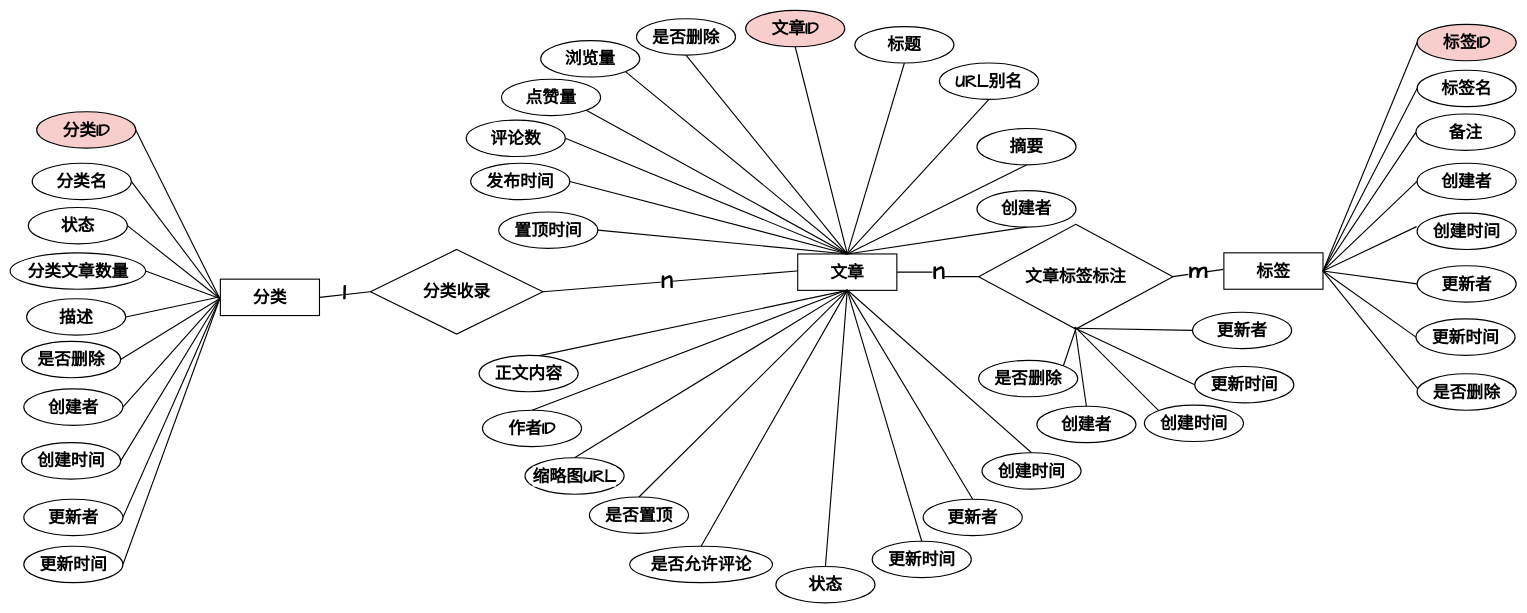
Before: graph/分类ER.drawio in zhangbird050801/bird-blog, a draw.io diagram. Source tidied: cells renumbered, new cells numbered last; positions are measured from the earlier drawing's top-left corner, leaving out a move shared by most shapes. Both pictures are drawn from the tidied source at 56%, with x=0, y=0 at pixel (10, 10).
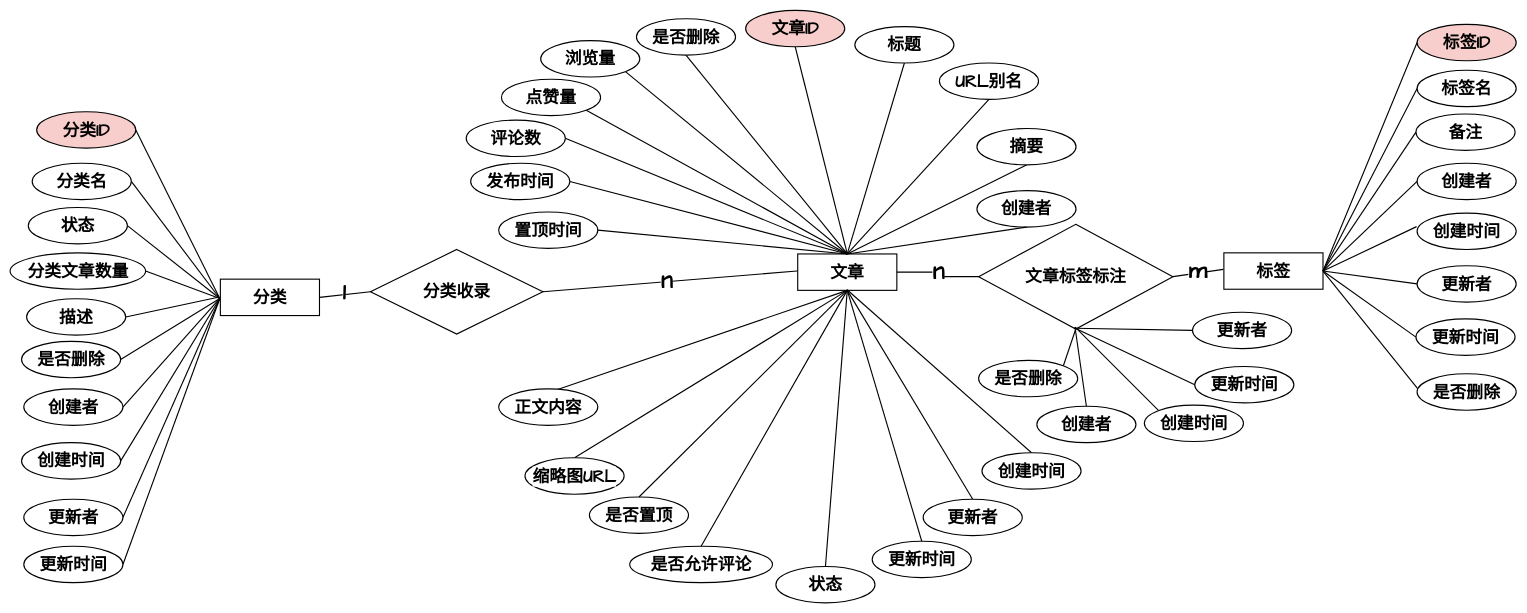
The same diagram, later.

Unchanged cells that the change refers to:
```xml
<mxCell id="28" value="文章" style="rounded=0;whiteSpace=wrap;html=1;fontSize=30;fontFamily=Comic Sans MS;fontStyle=1;strokeColor=default;strokeWidth=2;align=center;verticalAlign=middle;fontColor=default;labelBackgroundColor=default;" parent="1" vertex="1">
  <mxGeometry x="1407" y="435" width="177" height="65" as="geometry" />
</mxCell>
```

Change to the diagram source:
```diff
@@
     <mxCell id="43" value="正文内容" style="whiteSpace=wrap;html=1;shape=ellipse;perimeter=ellipsePerimeter;fontSize=30;fontFamily=Comic Sans MS;fontStyle=1;rounded=0;strokeColor=default;strokeWidth=2;align=center;verticalAlign=middle;fontColor=default;labelBackgroundColor=default;" parent="1" vertex="1">
-      <mxGeometry x="838" y="616" width="177" height="65" as="geometry" />
+      <mxGeometry x="873" y="676" width="177" height="65" as="geometry" />
     </mxCell>
@@
-    <mxCell id="53" style="rounded=0;jettySize=auto;html=1;exitX=0.5;exitY=0;exitDx=0;exitDy=0;endArrow=none;endFill=0;fontSize=30;fontFamily=Comic Sans MS;fontStyle=1;strokeColor=default;strokeWidth=2;align=center;verticalAlign=middle;fontColor=default;labelBackgroundColor=default;entryX=0.494;entryY=0.992;entryDx=0;entryDy=0;entryPerimeter=0;" parent="1" edge="1" source="79" target="28">
-      <mxGeometry relative="1" as="geometry" />
-    </mxCell>
@@
-    <mxCell id="79" value="作者ID" style="whiteSpace=wrap;html=1;shape=ellipse;perimeter=ellipsePerimeter;fontSize=30;fontFamily=Comic Sans MS;fontStyle=1;rounded=0;strokeColor=default;strokeWidth=2;align=center;verticalAlign=middle;fontColor=default;labelBackgroundColor=default;" parent="1" vertex="1">
-      <mxGeometry x="844" y="714" width="177" height="65" as="geometry" />
-    </mxCell>
```
